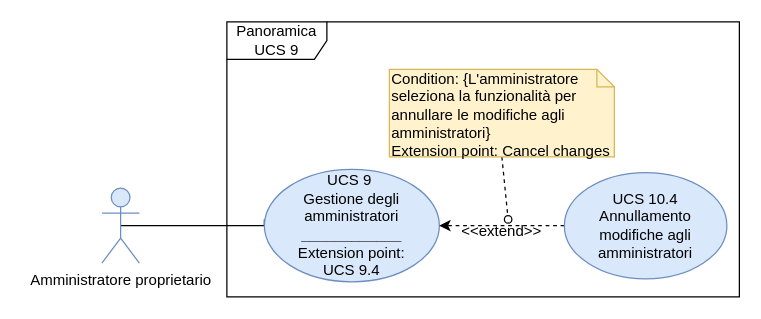
The draw.io diagram page "Page-1" (1 of 3) of DocumentazioneEsterna/AnalisiDeiRequisiti/Sezioni/UseCase/draw.io/UC SERVER/Panoramica UCS9.drawio in qb-team/Stalker-Documentazione, before the edit. Source tidied: cells renumbered, new cells numbered last; positions are measured from the earlier drawing's top-left corner, leaving out a move shared by most shapes. Both pictures are drawn from the tidied source at 125%, with x=0, y=0 at pixel (101, 21).
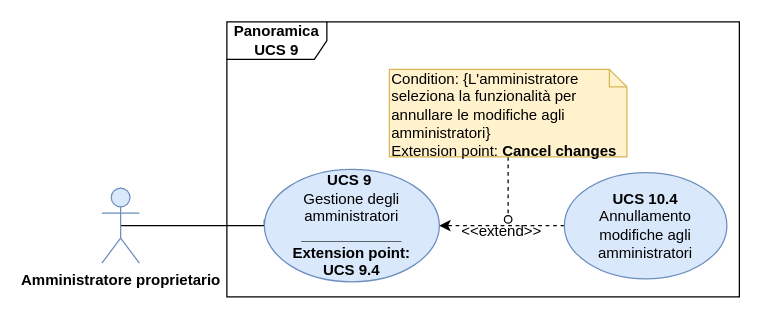
The same page after the edit.

Change to the diagram source:
```diff
@@
 <mxGraphModel>
   <root>
     <mxCell id="0" />
     <mxCell id="1" parent="0" />
     <mxCell id="2" style="edgeStyle=orthogonalEdgeStyle;rounded=0;jettySize=auto;html=1;entryX=0;entryY=0.5;entryDx=0;entryDy=0;endArrow=none;endFill=0;exitX=0.5;exitY=0.5;exitDx=0;exitDy=0;exitPerimeter=0;" parent="1" edge="1" source="3" target="5">
       <mxGeometry relative="1" as="geometry">
         <Array as="points">
           <mxPoint x="130" y="158" />
           <mxPoint x="130" y="158" />
         </Array>
       </mxGeometry>
     </mxCell>
-    <mxCell id="3" value="Amministratore proprietario" style="shape=umlActor;verticalLabelPosition=bottom;labelBackgroundColor=#ffffff;verticalAlign=top;html=1;outlineConnect=0;glass=0;fillColor=#dae8fc;strokeColor=#6c8ebf;" parent="1" vertex="1">
+    <mxCell id="3" value="&lt;b&gt;Amministratore proprietario&lt;/b&gt;" style="shape=umlActor;verticalLabelPosition=bottom;labelBackgroundColor=#ffffff;verticalAlign=top;html=1;outlineConnect=0;glass=0;fillColor=#dae8fc;strokeColor=#6c8ebf;" parent="1" vertex="1">
       <mxGeometry y="133" width="30" height="60" as="geometry" />
     </mxCell>
-    <mxCell id="4" value="Panoramica UCS 9" style="shape=umlFrame;whiteSpace=wrap;html=1;width=80;height=30;" parent="1" vertex="1">
+    <mxCell id="4" value="&lt;b&gt;Panoramica UCS 9&lt;/b&gt;" style="shape=umlFrame;whiteSpace=wrap;html=1;width=80;height=30;" parent="1" vertex="1">
       <mxGeometry x="100" width="410" height="220" as="geometry" />
     </mxCell>
-    <mxCell id="5" value="UCS 9&amp;nbsp;&lt;br&gt;Gestione degli amministratori&lt;br&gt;&lt;b&gt;____________&lt;br&gt;&lt;/b&gt;Extension point:&lt;br&gt;UCS 9.4" style="ellipse;whiteSpace=wrap;html=1;glass=0;fillColor=#dae8fc;strokeColor=#6c8ebf;" parent="1" vertex="1">
+    <mxCell id="5" value="&lt;b&gt;UCS 9&amp;nbsp;&lt;br&gt;&lt;/b&gt;Gestione degli amministratori&lt;br&gt;&lt;b&gt;____________&lt;br&gt;Extension point:&lt;br&gt;UCS 9.4&lt;/b&gt;" style="ellipse;whiteSpace=wrap;html=1;glass=0;fillColor=#dae8fc;strokeColor=#6c8ebf;" parent="1" vertex="1">
       <mxGeometry x="130" y="118" width="140" height="90" as="geometry" />
     </mxCell>
     <mxCell id="6" style="edgeStyle=orthogonalEdgeStyle;rounded=0;jettySize=auto;html=1;entryX=1;entryY=0.5;entryDx=0;entryDy=0;endArrow=classic;endFill=1;dashed=1;" parent="1" edge="1" source="7" target="5">
       <mxGeometry relative="1" as="geometry">
         <Array as="points">
           <mxPoint x="350" y="163" />
           <mxPoint x="350" y="163" />
         </Array>
       </mxGeometry>
     </mxCell>
-    <mxCell id="7" value="UCS 10.4&lt;br&gt;Annullamento modifiche agli amministratori" style="ellipse;whiteSpace=wrap;html=1;fillColor=#dae8fc;strokeColor=#6c8ebf;fontSize=12;" parent="1" vertex="1">
+    <mxCell id="7" value="&lt;b&gt;UCS 10.4&lt;br&gt;&lt;/b&gt;Annullamento modifiche agli amministratori" style="ellipse;whiteSpace=wrap;html=1;fillColor=#dae8fc;strokeColor=#6c8ebf;fontSize=12;" parent="1" vertex="1">
       <mxGeometry x="370" y="120.5" width="130" height="85" as="geometry" />
     </mxCell>
     <mxCell id="8" style="rounded=0;jettySize=auto;html=1;exitX=0.5;exitY=1;exitDx=0;exitDy=0;exitPerimeter=0;endArrow=oval;endFill=0;dashed=1;fontSize=12;" parent="1" edge="1" source="10">
       <mxGeometry relative="1" as="geometry">
         <mxPoint x="325" y="158" as="targetPoint" />
       </mxGeometry>
     </mxCell>
     <mxCell id="9" value="&amp;lt;&amp;lt;extend&amp;gt;&amp;gt;" style="text;html=1;strokeColor=none;fillColor=none;align=center;verticalAlign=middle;whiteSpace=wrap;rounded=0;fontSize=12;" parent="1" vertex="1">
       <mxGeometry x="300" y="158" width="40" height="20" as="geometry" />
     </mxCell>
-    <mxCell id="10" value="Condition: {L'amministratore seleziona la funzionalità per annullare le modifiche agli amministratori}&lt;br&gt;&lt;div&gt;Extension point: Cancel changes&lt;/div&gt;" style="shape=note;whiteSpace=wrap;html=1;size=14;verticalAlign=top;align=left;spacingTop=-6;fontSize=12;fillColor=#fff2cc;strokeColor=#d6b656;" parent="1" vertex="1">
-      <mxGeometry x="230" y="38" width="180" height="70" as="geometry" />
+    <mxCell id="10" value="Condition: {L'amministratore seleziona la funzionalità per annullare le modifiche agli amministratori}&lt;br&gt;&lt;div&gt;Extension point: &lt;b&gt;Cancel changes&lt;/b&gt;&lt;/div&gt;" style="shape=note;whiteSpace=wrap;html=1;size=14;verticalAlign=top;align=left;spacingTop=-6;fontSize=12;fillColor=#fff2cc;strokeColor=#d6b656;" parent="1" vertex="1">
+      <mxGeometry x="230" y="38" width="190" height="70" as="geometry" />
     </mxCell>
   </root>
 </mxGraphModel>
```
